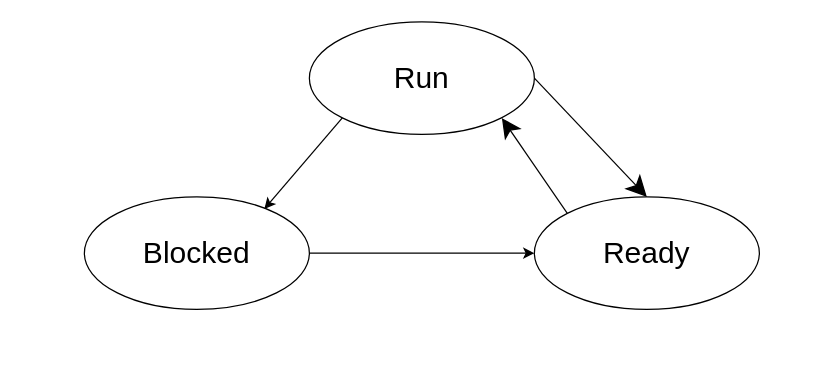
Earlier version of the draw.io diagram kuetuo_0327/kuetuo_1.drawio (KJoe69/KUETUO_OSPract). Source tidied: cells renumbered, new cells numbered last; positions are measured from the earlier drawing's top-left corner, leaving out a move shared by most shapes. Both pictures are drawn from the tidied source at 125%, with x=0, y=0 at pixel (84, 21).
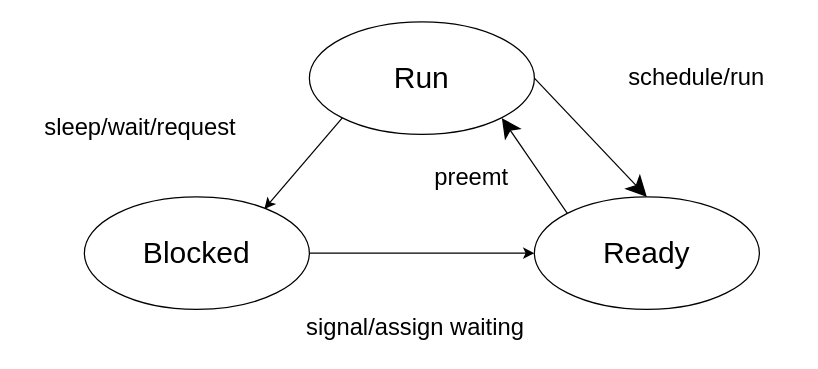
The same diagram, later.

The edit, as a diff of the source:
```diff
@@
 <mxGraphModel>
   <root>
     <mxCell id="0" />
     <mxCell id="1" parent="0" />
     <mxCell id="2" style="rounded=0;jettySize=auto;html=1;exitX=1;exitY=0.5;exitDx=0;exitDy=0;entryX=0.5;entryY=0;entryDx=0;entryDy=0;endSize=14;" parent="1" edge="1" source="3" target="7">
       <mxGeometry relative="1" as="geometry" />
     </mxCell>
     <mxCell id="3" value="Run" style="ellipse;whiteSpace=wrap;html=1;fontSize=24;" parent="1" vertex="1">
       <mxGeometry x="180" width="180" height="90" as="geometry" />
     </mxCell>
     <mxCell id="4" style="edgeStyle=orthogonalEdgeStyle;rounded=0;jettySize=auto;html=1;exitX=1;exitY=0.5;exitDx=0;exitDy=0;" parent="1" edge="1" source="5" target="7">
       <mxGeometry relative="1" as="geometry" />
     </mxCell>
     <mxCell id="5" value="Blocked" style="ellipse;whiteSpace=wrap;html=1;fontSize=24;" parent="1" vertex="1">
       <mxGeometry y="140" width="180" height="90" as="geometry" />
     </mxCell>
     <mxCell id="6" style="rounded=0;jettySize=auto;html=1;exitX=0;exitY=0;exitDx=0;exitDy=0;startSize=14;endSize=13;" parent="1" edge="1" source="7">
       <mxGeometry relative="1" as="geometry">
         <mxPoint x="334" y="77" as="targetPoint" />
       </mxGeometry>
     </mxCell>
     <mxCell id="7" value="Ready" style="ellipse;whiteSpace=wrap;html=1;fontSize=24;" parent="1" vertex="1">
       <mxGeometry x="360" y="140" width="180" height="90" as="geometry" />
     </mxCell>
     <mxCell id="8" style="rounded=0;jettySize=auto;html=1;exitX=0;exitY=1;exitDx=0;exitDy=0;entryX=0.8;entryY=0.107;entryDx=0;entryDy=0;entryPerimeter=0;" parent="1" edge="1" source="3" target="5">
       <mxGeometry relative="1" as="geometry" />
     </mxCell>
+    <mxCell id="9" value="&lt;font style=&quot;font-size: 19px;&quot;&gt;schedule/run&lt;/font&gt;" style="text;html=1;align=center;verticalAlign=middle;whiteSpace=wrap;rounded=0;" parent="1" vertex="1">
+      <mxGeometry x="410" y="30" width="160" height="30" as="geometry" />
+    </mxCell>
+    <mxCell id="10" value="&lt;font style=&quot;font-size: 19px;&quot;&gt;sleep/wait/request&lt;/font&gt;" style="text;html=1;align=center;verticalAlign=middle;whiteSpace=wrap;rounded=0;" parent="1" vertex="1">
+      <mxGeometry x="-50" y="70" width="190" height="30" as="geometry" />
+    </mxCell>
+    <mxCell id="11" value="&lt;font style=&quot;font-size: 19px;&quot;&gt;signal/assign waiting&lt;/font&gt;" style="text;html=1;align=center;verticalAlign=middle;whiteSpace=wrap;rounded=0;" parent="1" vertex="1">
+      <mxGeometry x="170" y="230" width="190" height="30" as="geometry" />
+    </mxCell>
+    <mxCell id="12" value="&lt;font style=&quot;font-size: 19px;&quot;&gt;preemt&lt;/font&gt;" style="text;html=1;align=center;verticalAlign=middle;whiteSpace=wrap;rounded=0;" parent="1" vertex="1">
+      <mxGeometry x="270" y="110" width="80" height="30" as="geometry" />
+    </mxCell>
   </root>
 </mxGraphModel>
```
